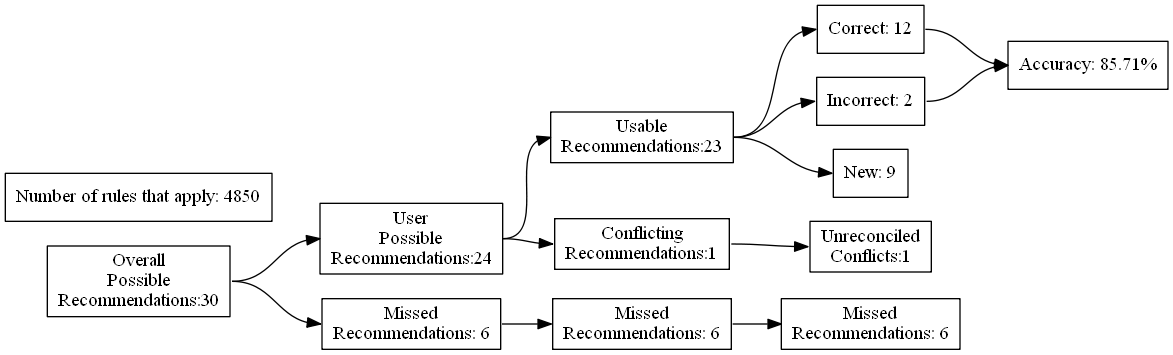
This is test_renders/6.gv.png from ZaxR/ibd_diet_analysis, a Graphviz export, as it was before one commit. Its source is kept beside it as test_renders/6.gv.
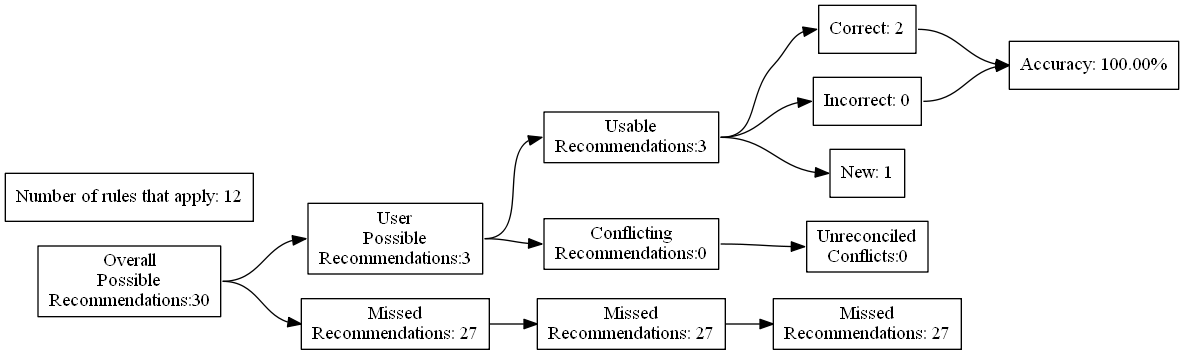
After the commit.

What changed in the source:
```diff
@@ -7,24 +7,24 @@
 Recommendations:30"]
 		B [label="User
 Possible
-Recommendations:24"]
+Recommendations:3"]
 		C [label="Missed
-Recommendations: 6"]
+Recommendations: 27"]
 		D [label="Usable
-Recommendations:23"]
+Recommendations:3"]
 		E [label="Conflicting
-Recommendations:1"]
+Recommendations:0"]
 		J [label="Missed
-Recommendations: 6"]
+Recommendations: 27"]
 		M [label="Unreconciled
-Conflicts:1"]
-		F [label="Correct: 12"]
-		G [label="Incorrect: 2"]
-		H [label="New: 9"]
+Conflicts:0"]
+		F [label="Correct: 2"]
+		G [label="Incorrect: 0"]
+		H [label="New: 1"]
 		K [label="Missed
-Recommendations: 6"]
-		I [label="Accuracy: 85.71%"]
-		l [label="Number of rules that apply: 4850"]
+Recommendations: 27"]
+		I [label="Accuracy: 100.00%"]
+		l [label="Number of rules that apply: 12"]
 			A -> B
 			A -> C
 			B -> D
```
